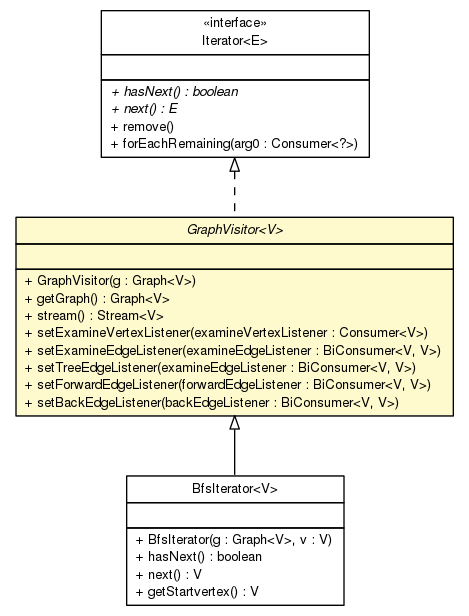
Before: jgraphl-core/apidocs/org/jgraphl/graph/traversal/GraphVisitor.png, a diagram exported from Graphviz (monora/jgraphl). Its source is kept beside it as jgraphl-core/apidocs/org/jgraphl/graph/traversal/GraphVisitor.dot. Source of this version:
```dot

digraph G {
	edge [fontname="Helvetica",fontsize=10,labelfontname="Helvetica",labelfontsize=10];
	node [fontname="Helvetica",fontsize=10,shape=plaintext];
	nodesep=0.25;
	ranksep=0.5;
	c826 [label=<<table title="org.jgraphl.graph.traversal.BfsIterator" border="0" cellborder="1" cellspacing="0" cellpadding="2" port="p" href="./BfsIterator.html">
		<tr><td><table border="0" cellspacing="0" cellpadding="1">
<tr><td align="center" balign="center"> BfsIterator&lt;V&gt; </td></tr>
		</table></td></tr>
		<tr><td><table border="0" cellspacing="0" cellpadding="1">
<tr><td align="left" balign="left">  </td></tr>
		</table></td></tr>
		<tr><td><table border="0" cellspacing="0" cellpadding="1">
<tr><td align="left" balign="left"> + BfsIterator(g : Graph&lt;V&gt;, v : V) </td></tr>
<tr><td align="left" balign="left"> + hasNext() : boolean </td></tr>
<tr><td align="left" balign="left"> + next() : V </td></tr>
<tr><td align="left" balign="left"> + getStartvertex() : V </td></tr>
		</table></td></tr>
		</table>>, URL="./BfsIterator.html", fontname="Helvetica", fontcolor="black", fontsize=10.0];
	c827 [label=<<table title="org.jgraphl.graph.traversal.GraphVisitor" border="0" cellborder="1" cellspacing="0" cellpadding="2" port="p" bgcolor="lemonChiffon" href="./GraphVisitor.html">
		<tr><td><table border="0" cellspacing="0" cellpadding="1">
<tr><td align="center" balign="center"><font face="Helvetica-Oblique"> GraphVisitor&lt;V&gt; </font></td></tr>
		</table></td></tr>
		<tr><td><table border="0" cellspacing="0" cellpadding="1">
<tr><td align="left" balign="left">  </td></tr>
		</table></td></tr>
		<tr><td><table border="0" cellspacing="0" cellpadding="1">
<tr><td align="left" balign="left"> + GraphVisitor(g : Graph&lt;V&gt;) </td></tr>
<tr><td align="left" balign="left"> + getGraph() : Graph&lt;V&gt; </td></tr>
<tr><td align="left" balign="left"> + stream() : Stream&lt;V&gt; </td></tr>
<tr><td align="left" balign="left"> + setExamineVertexListener(examineVertexListener : Consumer&lt;V&gt;) </td></tr>
<tr><td align="left" balign="left"> + setExamineEdgeListener(examineEdgeListener : BiConsumer&lt;V, V&gt;) </td></tr>
<tr><td align="left" balign="left"> + setTreeEdgeListener(examineEdgeListener : BiConsumer&lt;V, V&gt;) </td></tr>
<tr><td align="left" balign="left"> + setForwardEdgeListener(forwardEdgeListener : BiConsumer&lt;V, V&gt;) </td></tr>
<tr><td align="left" balign="left"> + setBackEdgeListener(backEdgeListener : BiConsumer&lt;V, V&gt;) </td></tr>
		</table></td></tr>
		</table>>, URL="./GraphVisitor.html", fontname="Helvetica", fontcolor="black", fontsize=10.0];
	c827:p -> c826:p [dir=back,arrowtail=empty];
	c837:p -> c827:p [dir=back,arrowtail=empty,style=dashed];
	c837 [label=<<table title="java.util.Iterator" border="0" cellborder="1" cellspacing="0" cellpadding="2" port="p" href="http://java.sun.com/j2se/1.4.2/docs/api/java/util/Iterator.html">
		<tr><td><table border="0" cellspacing="0" cellpadding="1">
<tr><td align="center" balign="center"> &#171;interface&#187; </td></tr>
<tr><td align="center" balign="center"> Iterator&lt;E&gt; </td></tr>
		</table></td></tr>
		<tr><td><table border="0" cellspacing="0" cellpadding="1">
<tr><td align="left" balign="left">  </td></tr>
		</table></td></tr>
		<tr><td><table border="0" cellspacing="0" cellpadding="1">
<tr><td align="left" balign="left"><font face="Helvetica-Oblique" point-size="10.0"> + hasNext() : boolean </font></td></tr>
<tr><td align="left" balign="left"><font face="Helvetica-Oblique" point-size="10.0"> + next() : E </font></td></tr>
<tr><td align="left" balign="left"> + remove() </td></tr>
<tr><td align="left" balign="left"> + forEachRemaining(arg0 : Consumer&lt;?&gt;) </td></tr>
		</table></td></tr>
		</table>>, URL="http://java.sun.com/j2se/1.4.2/docs/api/java/util/Iterator.html", fontname="Helvetica", fontcolor="black", fontsize=10.0];
}
```
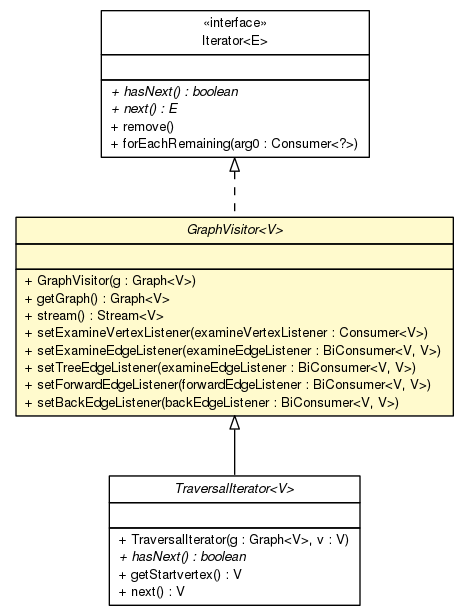
The same file after the commit.

What changed in the source:
```diff
@@ -4,21 +4,21 @@
 	node [fontname="Helvetica",fontsize=10,shape=plaintext];
 	nodesep=0.25;
 	ranksep=0.5;
-	c826 [label=<<table title="org.jgraphl.graph.traversal.BfsIterator" border="0" cellborder="1" cellspacing="0" cellpadding="2" port="p" href="./BfsIterator.html">
+	c910 [label=<<table title="org.jgraphl.graph.traversal.TraversalIterator" border="0" cellborder="1" cellspacing="0" cellpadding="2" port="p" href="./TraversalIterator.html">
 		<tr><td><table border="0" cellspacing="0" cellpadding="1">
-<tr><td align="center" balign="center"> BfsIterator&lt;V&gt; </td></tr>
+<tr><td align="center" balign="center"><font face="Helvetica-Oblique"> TraversalIterator&lt;V&gt; </font></td></tr>
 		</table></td></tr>
 		<tr><td><table border="0" cellspacing="0" cellpadding="1">
 <tr><td align="left" balign="left">  </td></tr>
 		</table></td></tr>
 		<tr><td><table border="0" cellspacing="0" cellpadding="1">
-<tr><td align="left" balign="left"> + BfsIterator(g : Graph&lt;V&gt;, v : V) </td></tr>
-<tr><td align="left" balign="left"> + hasNext() : boolean </td></tr>
+<tr><td align="left" balign="left"> + TraversalIterator(g : Graph&lt;V&gt;, v : V) </td></tr>
+<tr><td align="left" balign="left"><font face="Helvetica-Oblique" point-size="10.0"> + hasNext() : boolean </font></td></tr>
+<tr><td align="left" balign="left"> + getStartvertex() : V </td></tr>
 <tr><td align="left" balign="left"> + next() : V </td></tr>
-<tr><td align="left" balign="left"> + getStartvertex() : V </td></tr>
 		</table></td></tr>
-		</table>>, URL="./BfsIterator.html", fontname="Helvetica", fontcolor="black", fontsize=10.0];
-	c827 [label=<<table title="org.jgraphl.graph.traversal.GraphVisitor" border="0" cellborder="1" cellspacing="0" cellpadding="2" port="p" bgcolor="lemonChiffon" href="./GraphVisitor.html">
+		</table>>, URL="./TraversalIterator.html", fontname="Helvetica", fontcolor="black", fontsize=10.0];
+	c913 [label=<<table title="org.jgraphl.graph.traversal.GraphVisitor" border="0" cellborder="1" cellspacing="0" cellpadding="2" port="p" bgcolor="lemonChiffon" href="./GraphVisitor.html">
 		<tr><td><table border="0" cellspacing="0" cellpadding="1">
 <tr><td align="center" balign="center"><font face="Helvetica-Oblique"> GraphVisitor&lt;V&gt; </font></td></tr>
 		</table></td></tr>
@@ -36,9 +36,9 @@
 <tr><td align="left" balign="left"> + setBackEdgeListener(backEdgeListener : BiConsumer&lt;V, V&gt;) </td></tr>
 		</table></td></tr>
 		</table>>, URL="./GraphVisitor.html", fontname="Helvetica", fontcolor="black", fontsize=10.0];
-	c827:p -> c826:p [dir=back,arrowtail=empty];
-	c837:p -> c827:p [dir=back,arrowtail=empty,style=dashed];
-	c837 [label=<<table title="java.util.Iterator" border="0" cellborder="1" cellspacing="0" cellpadding="2" port="p" href="http://java.sun.com/j2se/1.4.2/docs/api/java/util/Iterator.html">
+	c913:p -> c910:p [dir=back,arrowtail=empty];
+	c923:p -> c913:p [dir=back,arrowtail=empty,style=dashed];
+	c923 [label=<<table title="java.util.Iterator" border="0" cellborder="1" cellspacing="0" cellpadding="2" port="p" href="http://java.sun.com/j2se/1.4.2/docs/api/java/util/Iterator.html">
 		<tr><td><table border="0" cellspacing="0" cellpadding="1">
 <tr><td align="center" balign="center"> &#171;interface&#187; </td></tr>
 <tr><td align="center" balign="center"> Iterator&lt;E&gt; </td></tr>
```
